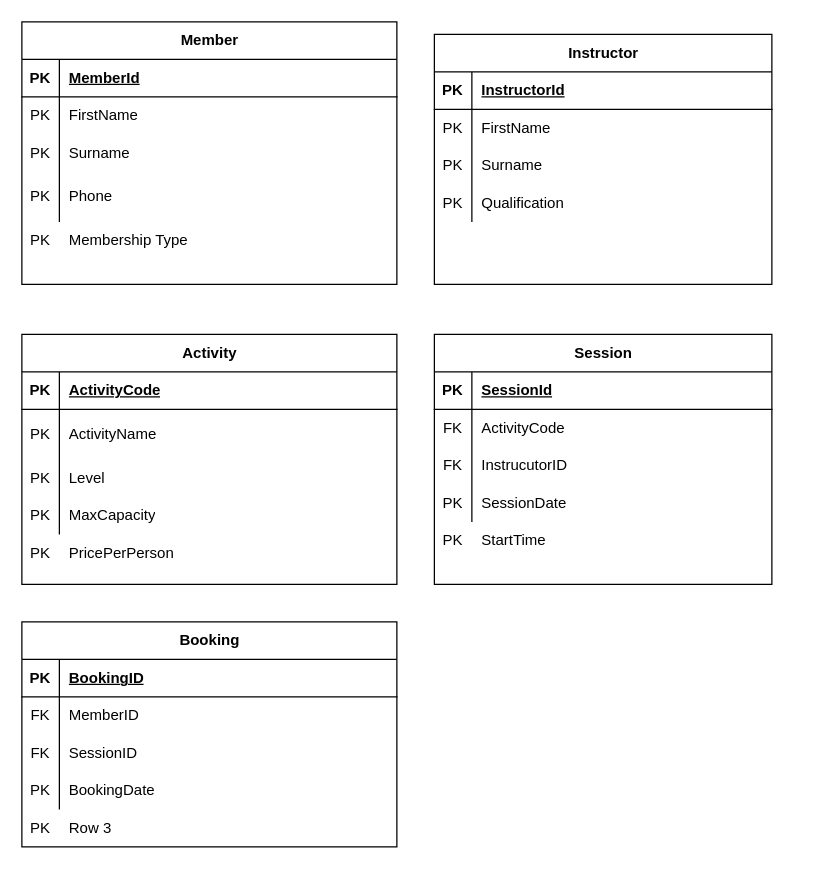
Earlier version of the draw.io diagram Untitled Diagram.drawio (Elliots-Boys/draw.io). Source tidied: cells renumbered, new cells numbered last; positions are measured from the earlier drawing's top-left corner, leaving out a move shared by most shapes. Both pictures are drawn from the tidied source at 125%, with x=0, y=0 at pixel (21, 21).
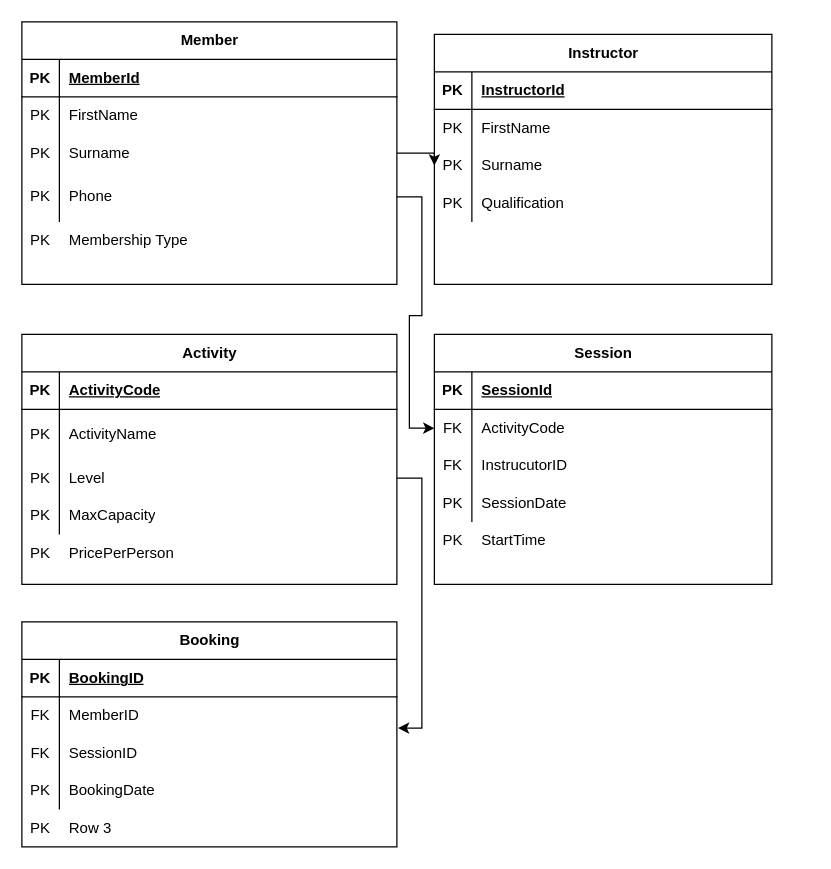
The same diagram, later.

Unchanged cells that the change refers to:
```xml
<mxCell id="11" style="shape=tableRow;horizontal=0;startSize=0;swimlaneHead=0;swimlaneBody=0;fillColor=none;points=[[0,0.5],[1,0.5]];portConstraint=eastwest;top=0;left=0;right=0;bottom=0;" parent="4" vertex="1">
  <mxGeometry y="90" width="270" height="30" as="geometry" />
</mxCell>
<mxCell id="25" style="shape=tableRow;horizontal=0;startSize=0;swimlaneHead=0;swimlaneBody=0;fillColor=none;points=[[0,0.5],[1,0.5]];portConstraint=eastwest;top=0;left=0;right=0;bottom=0;" parent="18" vertex="1">
  <mxGeometry y="90" width="300" height="30" as="geometry" />
</mxCell>
<mxCell id="28" style="shape=tableRow;horizontal=0;startSize=0;swimlaneHead=0;swimlaneBody=0;fillColor=none;points=[[0,0.5],[1,0.5]];portConstraint=eastwest;top=0;left=0;right=0;bottom=0;" parent="18" vertex="1">
  <mxGeometry y="120" width="300" height="40" as="geometry" />
</mxCell>
<mxCell id="41" style="shape=tableRow;horizontal=0;startSize=0;swimlaneHead=0;swimlaneBody=0;fillColor=none;points=[[0,0.5],[1,0.5]];portConstraint=eastwest;top=0;left=0;right=0;bottom=0;" parent="34" vertex="1">
  <mxGeometry y="100" width="300" height="30" as="geometry" />
</mxCell>
<mxCell id="55" style="shape=tableRow;horizontal=0;startSize=0;swimlaneHead=0;swimlaneBody=0;fillColor=none;points=[[0,0.5],[1,0.5]];portConstraint=eastwest;top=0;left=0;right=0;bottom=0;" parent="51" vertex="1">
  <mxGeometry y="60" width="270" height="30" as="geometry" />
</mxCell>
<mxCell id="72" style="shape=tableRow;horizontal=0;startSize=0;swimlaneHead=0;swimlaneBody=0;fillColor=none;points=[[0,0.5],[1,0.5]];portConstraint=eastwest;top=0;left=0;right=0;bottom=0;" parent="68" vertex="1">
  <mxGeometry y="60" width="300" height="30" as="geometry" />
</mxCell>
```

Change to the diagram source:
```diff
@@
+    <mxCell id="84" style="edgeStyle=orthogonalEdgeStyle;rounded=0;jettySize=auto;html=1;exitX=1;exitY=0.5;exitDx=0;exitDy=0;entryX=0;entryY=0.5;entryDx=0;entryDy=0;" parent="1" edge="1" source="25" target="11">
+      <mxGeometry relative="1" as="geometry" />
+    </mxCell>
+    <mxCell id="85" style="edgeStyle=orthogonalEdgeStyle;rounded=0;jettySize=auto;html=1;exitX=1;exitY=0.5;exitDx=0;exitDy=0;entryX=0;entryY=0.5;entryDx=0;entryDy=0;" parent="1" edge="1" source="28" target="55">
+      <mxGeometry relative="1" as="geometry" />
+    </mxCell>
+    <mxCell id="86" style="edgeStyle=orthogonalEdgeStyle;rounded=0;jettySize=auto;html=1;exitX=1;exitY=0.5;exitDx=0;exitDy=0;entryX=1.003;entryY=0.833;entryDx=0;entryDy=0;entryPerimeter=0;" parent="1" edge="1" source="41" target="72">
+      <mxGeometry relative="1" as="geometry" />
+    </mxCell>
```
